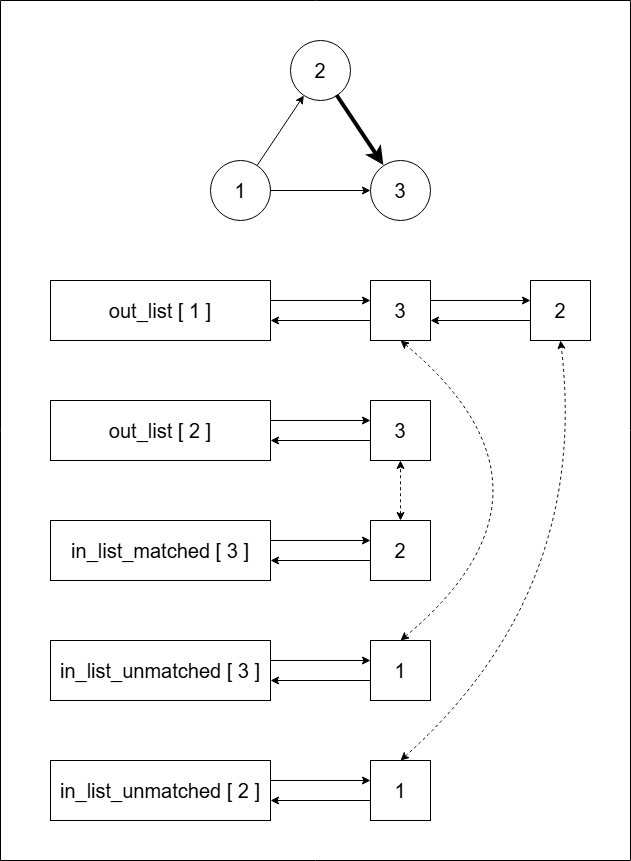
Above: README_Images/maximal_matching.png in rmak05/Representation_of_Graphs_with_Bounded_Arboricity (draw.io), before the change. Source tidied: cells renumbered, new cells last; positions are measured from the earlier drawing's top-left corner, leaving out a move shared by most shapes.
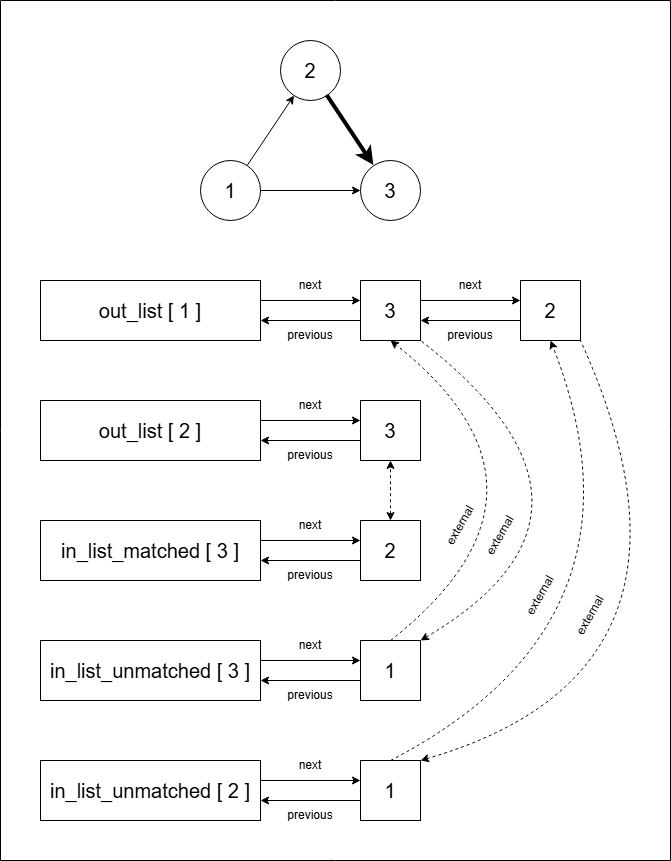
After the change.

Change to the diagram source:
```diff
@@ -107,10 +107,10 @@
         <mxPoint x="430" y="320" as="targetPoint" />
       </mxGeometry>
     </mxCell>
-    <mxCell id="27" style="endArrow=classic;startArrow=classic;html=1;rounded=0;curved=1;dashed=1;exitX=0.5;exitY=0;exitDx=0;exitDy=0;entryX=0.5;entryY=1;entryDx=0;entryDy=0;" parent="1" edge="1" source="16" target="8">
+    <mxCell id="27" style="endArrow=classic;startArrow=none;html=1;rounded=0;curved=1;dashed=1;exitX=0.5;exitY=0;exitDx=0;exitDy=0;entryX=0.5;entryY=1;entryDx=0;entryDy=0;startFill=0;" parent="1" edge="1" source="16" target="8">
       <mxGeometry relative="1" as="geometry">
         <Array as="points">
-          <mxPoint x="580" y="490" />
+          <mxPoint x="590" y="490" />
         </Array>
       </mxGeometry>
     </mxCell>
@@ -135,15 +135,77 @@
         <mxPoint x="270" y="800" as="targetPoint" />
       </mxGeometry>
     </mxCell>
-    <mxCell id="33" style="endArrow=classic;startArrow=classic;html=1;rounded=0;curved=1;dashed=1;exitX=0.5;exitY=0;exitDx=0;exitDy=0;entryX=0.5;entryY=1;entryDx=0;entryDy=0;" parent="1" edge="1" source="30" target="13">
+    <mxCell id="33" style="endArrow=classic;startArrow=none;html=1;rounded=0;curved=1;dashed=1;exitX=0.5;exitY=0;exitDx=0;exitDy=0;entryX=0.5;entryY=1;entryDx=0;entryDy=0;startFill=0;" parent="1" edge="1" source="30" target="13">
       <mxGeometry relative="1" as="geometry">
         <Array as="points">
-          <mxPoint x="590" y="590" />
+          <mxPoint x="670" y="620" />
         </Array>
       </mxGeometry>
     </mxCell>
     <mxCell id="34" style="swimlane;startSize=0;" parent="1" vertex="1">
-      <mxGeometry width="630" height="860" as="geometry" />
+      <mxGeometry x="10" width="670" height="860" as="geometry" />
     </mxCell>
+    <mxCell id="35" value="next" style="text;html=1;whiteSpace=wrap;strokeColor=none;fillColor=none;align=center;verticalAlign=middle;rounded=0;" parent="34" vertex="1">
+      <mxGeometry x="280" y="270" width="60" height="30" as="geometry" />
+    </mxCell>
+    <mxCell id="36" value="next" style="text;html=1;whiteSpace=wrap;strokeColor=none;fillColor=none;align=center;verticalAlign=middle;rounded=0;" parent="34" vertex="1">
+      <mxGeometry x="280" y="390" width="60" height="30" as="geometry" />
+    </mxCell>
+    <mxCell id="37" value="next" style="text;html=1;whiteSpace=wrap;strokeColor=none;fillColor=none;align=center;verticalAlign=middle;rounded=0;" parent="34" vertex="1">
+      <mxGeometry x="280" y="510" width="60" height="30" as="geometry" />
+    </mxCell>
+    <mxCell id="38" value="next" style="text;html=1;whiteSpace=wrap;strokeColor=none;fillColor=none;align=center;verticalAlign=middle;rounded=0;" parent="34" vertex="1">
+      <mxGeometry x="280" y="630" width="60" height="30" as="geometry" />
+    </mxCell>
+    <mxCell id="39" value="next" style="text;html=1;whiteSpace=wrap;strokeColor=none;fillColor=none;align=center;verticalAlign=middle;rounded=0;" parent="34" vertex="1">
+      <mxGeometry x="440" y="270" width="60" height="30" as="geometry" />
+    </mxCell>
+    <mxCell id="40" value="previous" style="text;html=1;whiteSpace=wrap;strokeColor=none;fillColor=none;align=center;verticalAlign=middle;rounded=0;" parent="34" vertex="1">
+      <mxGeometry x="280" y="320" width="60" height="30" as="geometry" />
+    </mxCell>
+    <mxCell id="41" value="previous" style="text;html=1;whiteSpace=wrap;strokeColor=none;fillColor=none;align=center;verticalAlign=middle;rounded=0;" parent="34" vertex="1">
+      <mxGeometry x="440" y="320" width="60" height="30" as="geometry" />
+    </mxCell>
+    <mxCell id="42" value="previous" style="text;html=1;whiteSpace=wrap;strokeColor=none;fillColor=none;align=center;verticalAlign=middle;rounded=0;" parent="34" vertex="1">
+      <mxGeometry x="280" y="440" width="60" height="30" as="geometry" />
+    </mxCell>
+    <mxCell id="43" value="previous" style="text;html=1;whiteSpace=wrap;strokeColor=none;fillColor=none;align=center;verticalAlign=middle;rounded=0;" parent="34" vertex="1">
+      <mxGeometry x="280" y="560" width="60" height="30" as="geometry" />
+    </mxCell>
+    <mxCell id="44" value="previous" style="text;html=1;whiteSpace=wrap;strokeColor=none;fillColor=none;align=center;verticalAlign=middle;rounded=0;" parent="34" vertex="1">
+      <mxGeometry x="280" y="680" width="60" height="30" as="geometry" />
+    </mxCell>
+    <mxCell id="45" value="previous" style="text;html=1;whiteSpace=wrap;strokeColor=none;fillColor=none;align=center;verticalAlign=middle;rounded=0;" parent="34" vertex="1">
+      <mxGeometry x="280" y="800" width="60" height="30" as="geometry" />
+    </mxCell>
+    <mxCell id="46" value="external" style="text;html=1;whiteSpace=wrap;strokeColor=none;fillColor=none;align=center;verticalAlign=middle;rounded=0;flipV=1;legacyAnchorPoints=0;flipH=1;direction=west;rotation=-60;" parent="34" vertex="1">
+      <mxGeometry x="470" y="520" width="60" height="30" as="geometry" />
+    </mxCell>
+    <mxCell id="47" value="external" style="text;html=1;whiteSpace=wrap;strokeColor=none;fillColor=none;align=center;verticalAlign=middle;rounded=0;flipV=1;legacyAnchorPoints=0;flipH=1;direction=west;rotation=-60;" parent="34" vertex="1">
+      <mxGeometry x="430" y="510" width="60" height="30" as="geometry" />
+    </mxCell>
+    <mxCell id="48" value="external" style="text;html=1;whiteSpace=wrap;strokeColor=none;fillColor=none;align=center;verticalAlign=middle;rounded=0;flipV=1;legacyAnchorPoints=0;flipH=1;direction=west;rotation=-60;" parent="34" vertex="1">
+      <mxGeometry x="560" y="600" width="60" height="30" as="geometry" />
+    </mxCell>
+    <mxCell id="49" value="external" style="text;html=1;whiteSpace=wrap;strokeColor=none;fillColor=none;align=center;verticalAlign=middle;rounded=0;flipV=1;legacyAnchorPoints=0;flipH=1;direction=west;rotation=-60;" parent="34" vertex="1">
+      <mxGeometry x="510" y="580" width="60" height="30" as="geometry" />
+    </mxCell>
+    <mxCell id="50" value="next" style="text;html=1;whiteSpace=wrap;strokeColor=none;fillColor=none;align=center;verticalAlign=middle;rounded=0;" parent="34" vertex="1">
+      <mxGeometry x="280" y="750" width="60" height="30" as="geometry" />
+    </mxCell>
+    <mxCell id="51" style="endArrow=none;startArrow=classic;html=1;rounded=0;curved=1;dashed=1;exitX=1;exitY=0;exitDx=0;exitDy=0;entryX=1;entryY=1;entryDx=0;entryDy=0;endFill=0;" parent="1" edge="1" source="16" target="8">
+      <mxGeometry relative="1" as="geometry">
+        <Array as="points">
+          <mxPoint x="650" y="510" />
+        </Array>
+      </mxGeometry>
+    </mxCell>
+    <mxCell id="52" style="endArrow=none;startArrow=classic;html=1;rounded=0;curved=1;dashed=1;exitX=1;exitY=0;exitDx=0;exitDy=0;entryX=1;entryY=1;entryDx=0;entryDy=0;endFill=0;" parent="1" edge="1" source="30" target="13">
+      <mxGeometry relative="1" as="geometry">
+        <Array as="points">
+          <mxPoint x="740" y="670" />
+        </Array>
+      </mxGeometry>
+    </mxCell>
   </root>
 </mxGraphModel>
```
